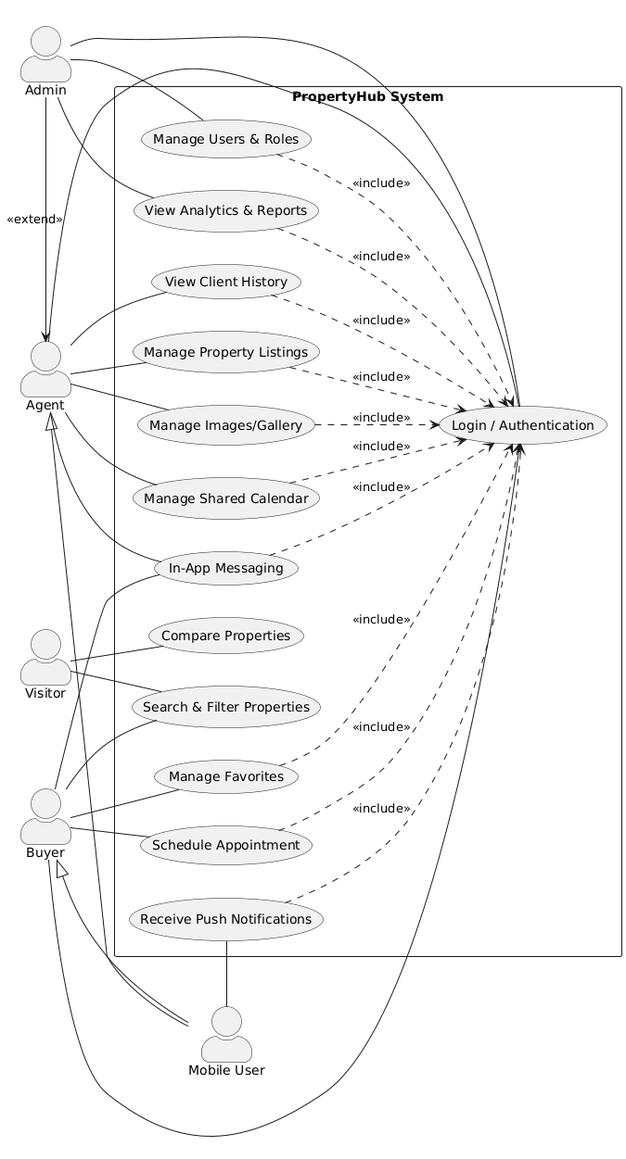
Earlier version of the PlantUML export Presentation/images/globalUseCase.png (AZIZ-Soufiane/PropertyHub-PFE).
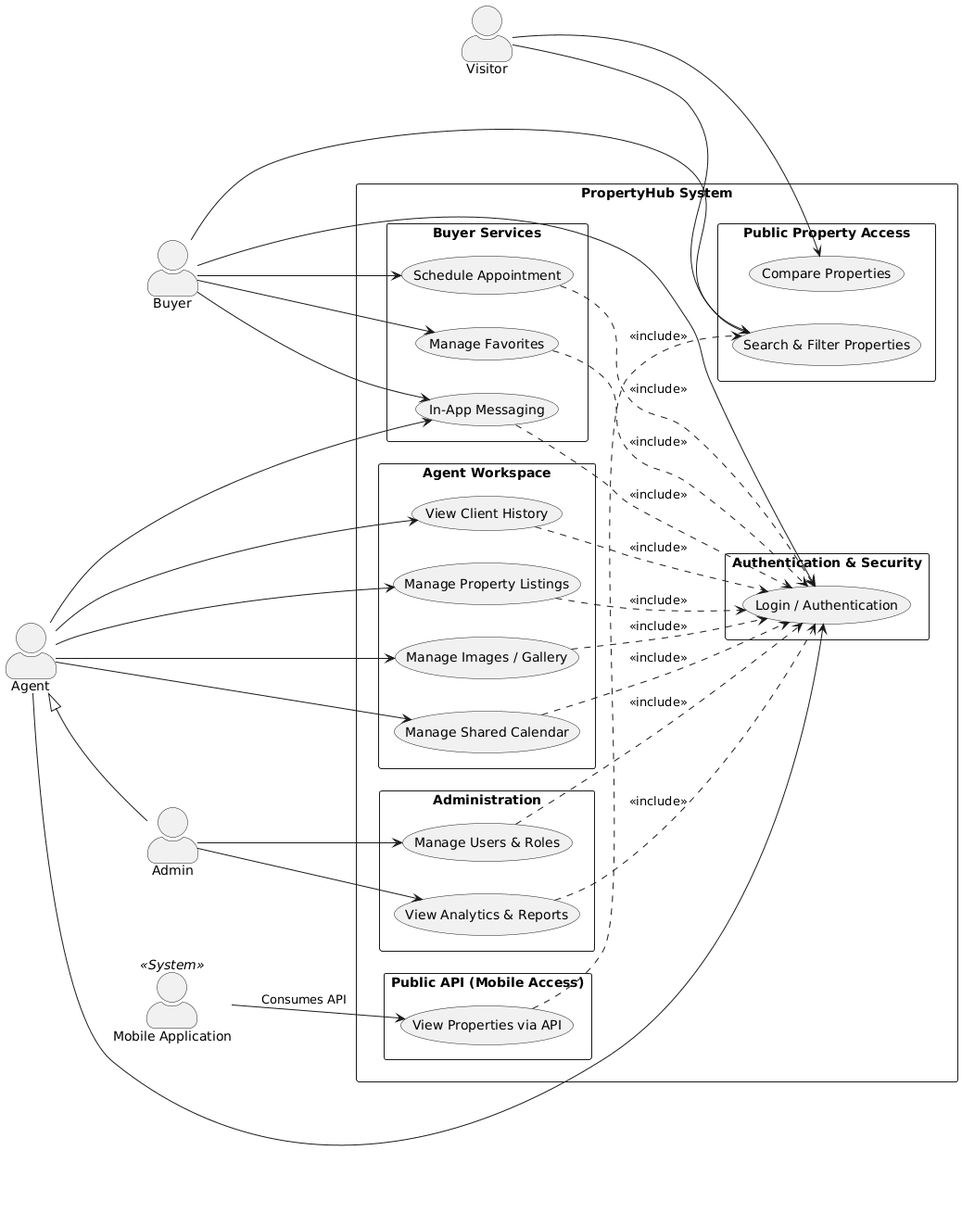
The same file after the commit.

Change to the diagram source:
```diff
@@ -4,63 +4,79 @@
 skinparam shadowing false
 skinparam actorStyle awesome
 
-actor "Visitor"          as Vis
-actor "Buyer"            as Client
-actor "Agent"            as Agent
-actor "Admin"            as Admin
-actor "Mobile User"      as Mob
+actor "Visitor" as Visitor
+actor "Buyer" as Buyer
+actor "Agent" as Agent
+actor "Admin" as Admin
+actor "Mobile Application" as MobileApp <<System>>
+
+Agent <|-- Admin
 
 rectangle "PropertyHub System" {
 
-    (Login / Authentication)        as UC0
-    (Search & Filter Properties)    as UC1
-    (Compare Properties)            as UC2
-    (Manage Favorites)              as UC3
-    (Schedule Appointment)          as UC4
-    (In-App Messaging)              as UC5
-    (Manage Property Listings)      as UC6
-    (Manage Images/Gallery)         as UC7
-    (Manage Shared Calendar)        as UC8
-    (View Client History)           as UC9
-    (Manage Users & Roles)          as UC10
-    (View Analytics & Reports)      as UC11
-    (Receive Push Notifications)    as UC12
+  package "Authentication & Security" {
+      (Login / Authentication) as Login
+  }
+
+  package "Public Property Access" {
+      (Search & Filter Properties) as Search
+      (Compare Properties) as Compare
+  }
+
+  package "Buyer Services" {
+      (Manage Favorites) as Favorites
+      (Schedule Appointment) as Appointment
+      (In-App Messaging) as Messaging
+  }
+
+  package "Agent Workspace" {
+      (Manage Property Listings) as Listings
+      (Manage Images / Gallery) as Gallery
+      (Manage Shared Calendar) as Calendar
+      (View Client History) as ClientHistory
+  }
+
+  package "Administration" {
+      (Manage Users & Roles) as Users
+      (View Analytics & Reports) as Analytics
+  }
+
+  package "Public API (Mobile Access)" {
+      (View Properties via API) as APIView
+  }
 }
 
-Vis    -- UC1
-Vis    -- UC2
 
-Client -- UC0
-Client -- UC1
-Client -- UC3
-Client -- UC4
-Client -- UC5
+Visitor --> Search
+Visitor --> Compare
 
-Agent  -- UC0
-Agent  -- UC5
-Agent  -- UC6
-Agent  -- UC7
-Agent  -- UC8
-Agent  -- UC9
+Buyer --> Login
+Buyer --> Search
+Buyer --> Favorites
+Buyer --> Appointment
+Buyer --> Messaging
 
-Admin  -- UC0
-Admin  -- UC10
-Admin  -- UC11
+Agent --> Login
+Agent --> Messaging
+Agent --> Listings
+Agent --> Gallery
+Agent --> Calendar
+Agent --> ClientHistory
 
-Mob    -- UC12
-Client <|-- Mob
-Agent  <|-- Mob
+Admin --> Users
+Admin --> Analytics
 
-UC3  ..> UC0 : <<include>>
-UC4  ..> UC0 : <<include>>
-UC5  ..> UC0 : <<include>>
-UC6  ..> UC0 : <<include>>
-UC7  ..> UC0 : <<include>>
-UC8  ..> UC0 : <<include>>
-UC9  ..> UC0 : <<include>>
-UC10 ..> UC0 : <<include>>
-UC11 ..> UC0 : <<include>>
-UC12 ..> UC0 : <<include>>
+MobileApp --> APIView : Consumes API
 
-Admin -right-> Agent : <<extend>>
+Favorites ..> Login : <<include>>
+Appointment ..> Login : <<include>>
+Messaging ..> Login : <<include>>
+Listings ..> Login : <<include>>
+Gallery ..> Login : <<include>>
+Calendar ..> Login : <<include>>
+ClientHistory ..> Login : <<include>>
+Users ..> Login : <<include>>
+Analytics ..> Login : <<include>>
+
+APIView ..> Search : <<include>>
 @enduml
```
